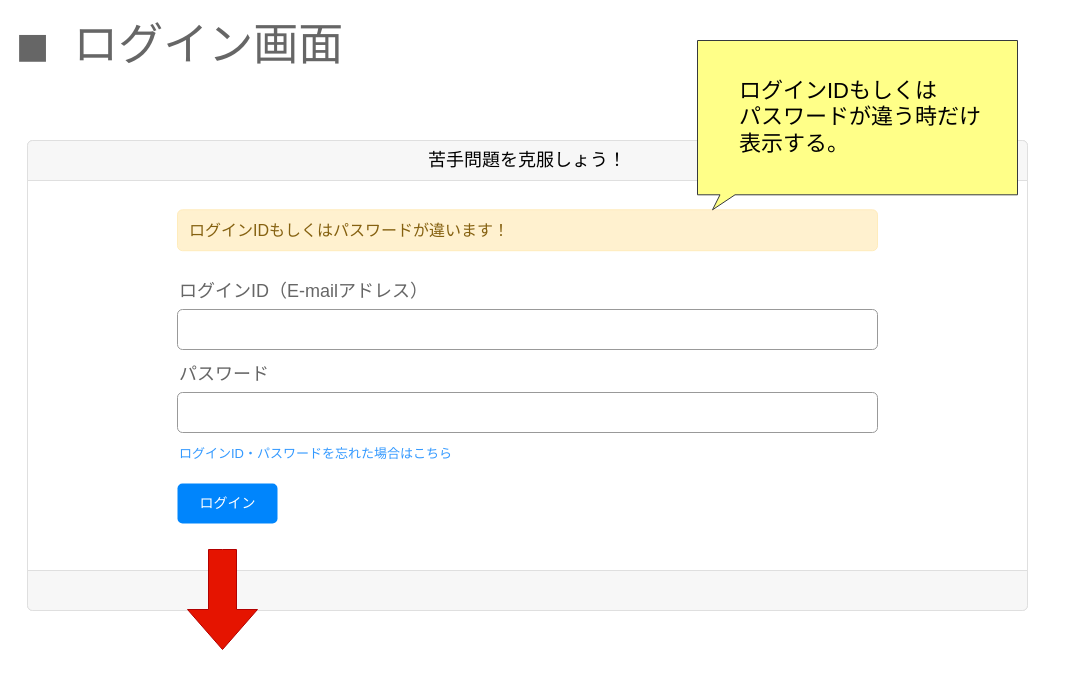
Above: page "ページ1" (1 of 2) of 名称未設定ファイル.drawio in mitsuewatanabe/practice (draw.io), before the change. Source tidied: cells renumbered, new cells numbered last; positions are measured from the earlier drawing's top-left corner, leaving out a move shared by most shapes. Both pictures are drawn from the tidied source at 100%, with x=0, y=0 at pixel (17, 29).
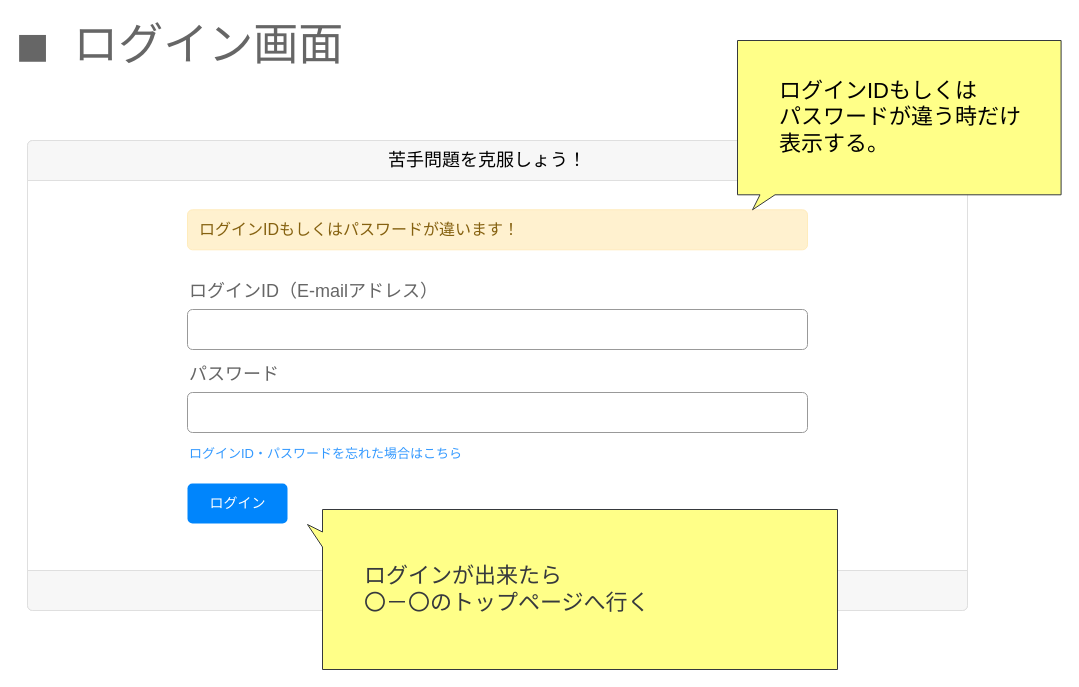
The same page after the edit.

Commit message:
名称未設定ファイル.drawio を更新します

Change to the diagram source:
```diff
@@
 <mxGraphModel>
   <root>
     <mxCell id="0" />
     <mxCell id="1" parent="0" />
     <mxCell id="2" style="html=1;shadow=0;dashed=0;shape=mxgraph.bootstrap.rrect;rSize=5;strokeColor=#DFDFDF;html=1;whiteSpace=wrap;fillColor=#FFFFFF;fontColor=#000000;" parent="1" vertex="1">
-      <mxGeometry x="10" y="111" width="1000" height="470" as="geometry" />
+      <mxGeometry x="10" y="111" width="940" height="470" as="geometry" />
     </mxCell>
     <mxCell id="3" value="&lt;font style=&quot;font-size: 18px&quot;&gt;苦手問題を克服しょう！&lt;/font&gt;" style="html=1;shadow=0;dashed=0;shape=mxgraph.bootstrap.topButton;strokeColor=inherit;fillColor=#F7F7F7;rSize=5;perimeter=none;whiteSpace=wrap;align=center;spacing=20;fontSize=15;" parent="2" vertex="1">
-      <mxGeometry width="1000" height="40" relative="1" as="geometry" />
+      <mxGeometry width="920" height="40" relative="1" as="geometry" />
     </mxCell>
     <mxCell id="4" style="html=1;shadow=0;dashed=0;shape=mxgraph.bootstrap.bottomButton;strokeColor=inherit;fillColor=#F7F7F7;rSize=5;perimeter=none;whiteSpace=wrap;align=center;spacing=20;fontSize=14;fontColor=#818181;" parent="2" vertex="1">
-      <mxGeometry y="1" width="1000" height="40" relative="1" as="geometry">
+      <mxGeometry y="1" width="940" height="40" relative="1" as="geometry">
         <mxPoint y="-40" as="offset" />
       </mxGeometry>
     </mxCell>
     <mxCell id="5" value="ログインID（E-mailアドレス）" style="fillColor=none;strokeColor=none;align=left;fontSize=18;fontColor=#666666;" parent="2" vertex="1">
       <mxGeometry width="260" height="40" relative="1" as="geometry">
-        <mxPoint x="150" y="129" as="offset" />
+        <mxPoint x="160" y="129" as="offset" />
       </mxGeometry>
     </mxCell>
     <mxCell id="6" style="html=1;shadow=0;dashed=0;shape=mxgraph.bootstrap.rrect;rSize=5;fillColor=none;strokeColor=#999999;align=left;spacing=15;fontSize=14;fontColor=#6C767D;" parent="2" vertex="1">
-      <mxGeometry width="700" height="40" relative="1" as="geometry">
-        <mxPoint x="150" y="169" as="offset" />
+      <mxGeometry width="620" height="40" relative="1" as="geometry">
+        <mxPoint x="160" y="169" as="offset" />
       </mxGeometry>
     </mxCell>
     <mxCell id="7" value="ログインID・パスワードを忘れた場合はこちら" style="fillColor=none;strokeColor=none;align=left;spacing=2;fontSize=13;fontColor=#3399FF;" parent="2" vertex="1">
       <mxGeometry width="280" height="30" relative="1" as="geometry">
-        <mxPoint x="150" y="297" as="offset" />
+        <mxPoint x="160" y="297" as="offset" />
       </mxGeometry>
     </mxCell>
     <mxCell id="8" value="パスワード" style="fillColor=none;strokeColor=none;align=left;fontSize=18;fontColor=#666666;" parent="2" vertex="1">
       <mxGeometry width="260" height="40" relative="1" as="geometry">
-        <mxPoint x="150" y="212" as="offset" />
+        <mxPoint x="160" y="212" as="offset" />
       </mxGeometry>
     </mxCell>
     <mxCell id="9" style="html=1;shadow=0;dashed=0;shape=mxgraph.bootstrap.rrect;rSize=5;fillColor=none;strokeColor=#999999;align=left;spacing=15;fontSize=14;fontColor=#6C767D;" parent="2" vertex="1">
-      <mxGeometry width="700" height="40" relative="1" as="geometry">
-        <mxPoint x="150" y="252" as="offset" />
+      <mxGeometry width="620" height="40" relative="1" as="geometry">
+        <mxPoint x="160" y="252" as="offset" />
       </mxGeometry>
     </mxCell>
     <mxCell id="10" value="ログイン" style="html=1;shadow=0;dashed=0;shape=mxgraph.bootstrap.rrect;rSize=5;fillColor=#0085FC;strokeColor=none;align=center;fontSize=14;fontColor=#FFFFFF;" parent="2" vertex="1">
       <mxGeometry width="100" height="40" relative="1" as="geometry">
-        <mxPoint x="150" y="343" as="offset" />
+        <mxPoint x="160" y="343" as="offset" />
       </mxGeometry>
     </mxCell>
     <mxCell id="11" value="&lt;span style=&quot;font-size: 16px&quot;&gt;ログインIDもしくはパスワードが違います！&lt;/span&gt;" style="html=1;shadow=0;dashed=0;shape=mxgraph.bootstrap.rrect;rSize=5;strokeColor=#FFECBC;strokeWidth=1;fillColor=#FFF1CF;fontColor=#856110;whiteSpace=wrap;align=left;verticalAlign=middle;spacingLeft=10;fontSize=13;" parent="2" vertex="1">
-      <mxGeometry x="150" y="69.3" width="700" height="40.9" as="geometry" />
+      <mxGeometry x="160" y="69.3" width="620" height="40" as="geometry" />
     </mxCell>
+    <mxCell id="13" value="&lt;font face=&quot;Lucida Console&quot; style=&quot;font-size: 45px&quot;&gt;■ ログイン画面&lt;/font&gt;" style="text;html=1;align=left;verticalAlign=middle;fillColor=none;strokeColor=none;rounded=0;fontColor=#666666;" parent="1" vertex="1">
+      <mxGeometry width="340" height="30" as="geometry" />
+    </mxCell>
+    <mxCell id="15" value="&lt;blockquote style=&quot;margin: 0 0 0 40px ; border: none ; padding: 0px&quot;&gt;&lt;font color=&quot;#36393d&quot;&gt;ログインが出来たら&lt;/font&gt;&lt;/blockquote&gt;&lt;blockquote style=&quot;margin: 0 0 0 40px ; border: none ; padding: 0px&quot;&gt;&lt;font color=&quot;#36393d&quot;&gt;〇－〇のトップページへ行く&lt;/font&gt;&lt;/blockquote&gt;" style="whiteSpace=wrap;html=1;shape=mxgraph.basic.rectCallout;dx=30;dy=15;boundedLbl=1;fontSize=22;direction=south;strokeColor=#36393d;align=left;fillColor=#ffff88;" parent="1" vertex="1">
+      <mxGeometry x="290" y="480" width="530" height="160" as="geometry" />
+    </mxCell>
-    <mxCell id="12" value="&lt;blockquote style=&quot;margin: 0 0 0 40px ; border: none ; padding: 0px&quot;&gt;ログインIDもしくは&lt;br&gt;パスワードが違う時だけ&lt;div&gt;&lt;span&gt;表示する。&lt;/span&gt;&lt;/div&gt;&lt;/blockquote&gt;" style="whiteSpace=wrap;html=1;shape=mxgraph.basic.rectCallout;dx=30;dy=15;boundedLbl=1;fontSize=22;fillColor=#ffff88;strokeColor=#36393d;align=left;" parent="2" vertex="1">
-      <mxGeometry x="670" y="-100" width="320" height="169.3" as="geometry" />
+    <mxCell id="12" value="&lt;blockquote style=&quot;margin: 0 0 0 40px ; border: none ; padding: 0px&quot;&gt;ログインIDもしくは&lt;br&gt;パスワードが違う時だけ&lt;div&gt;&lt;span&gt;表示する。&lt;/span&gt;&lt;/div&gt;&lt;/blockquote&gt;" style="whiteSpace=wrap;html=1;shape=mxgraph.basic.rectCallout;dx=30;dy=15;boundedLbl=1;fontSize=22;strokeColor=#36393d;align=left;fillColor=#ffff88;" parent="1" vertex="1">
+      <mxGeometry x="720" y="11" width="323.6" height="169.3" as="geometry" />
     </mxCell>
-    <mxCell id="13" value="&lt;font face=&quot;Lucida Console&quot; style=&quot;font-size: 45px&quot;&gt;■ ログイン画面&lt;/font&gt;" style="text;html=1;align=left;verticalAlign=middle;fillColor=none;strokeColor=none;rounded=0;fontColor=#666666;" parent="1" vertex="1">
-      <mxGeometry width="340" height="30" as="geometry" />
-    </mxCell>
-    <mxCell id="14" style="html=1;shadow=0;dashed=0;align=center;verticalAlign=middle;shape=mxgraph.arrows2.arrow;dy=0.6;dx=40;direction=south;notch=0;fontSize=22;fontColor=#ffffff;fillColor=#e51400;strokeColor=#B20000;" parent="1" vertex="1">
-      <mxGeometry x="170" y="520" width="70" height="100" as="geometry" />
-    </mxCell>
   </root>
 </mxGraphModel>
```
